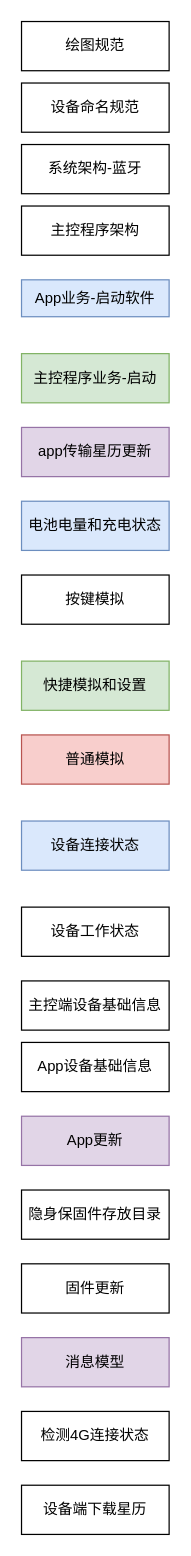
kyphoon/ysb_drawio_tree keeps this draw.io diagram as page "目录" (3 of 24) of 隐身保arm版-业务流程-V1.0-20221028-1.drawio. Above is the earlier version. Source tidied: cells renumbered, new cells numbered last; positions are measured from the earlier drawing's top-left corner, leaving out a move shared by most shapes. Both pictures are drawn from the tidied source at 123%, with x=0, y=0 at pixel (21, 21).
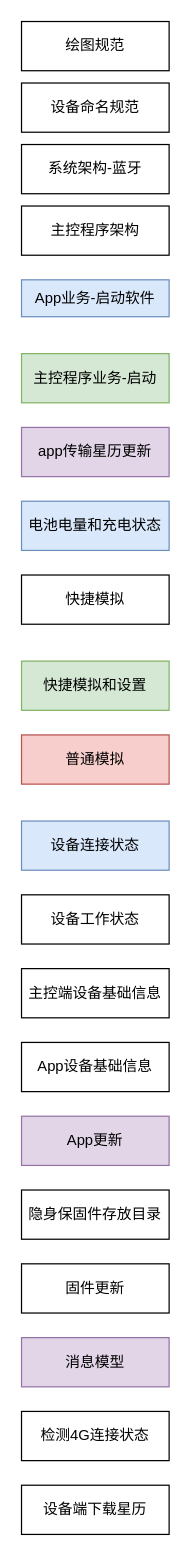
The same page after the edit.

Diff of the diagram source:
```diff
@@
-    <mxCell id="7" value="按键模拟" style="rounded=0;whiteSpace=wrap;html=1;" parent="1" vertex="1">
+    <mxCell id="7" value="快捷模拟" style="rounded=0;whiteSpace=wrap;html=1;" parent="1" vertex="1">
       <mxGeometry y="450" width="120" height="40" as="geometry" />
     </mxCell>
@@
     <mxCell id="17" value="设备工作状态" style="rounded=0;whiteSpace=wrap;html=1;" parent="1" vertex="1">
-      <mxGeometry y="720" width="120" height="40" as="geometry" />
+      <mxGeometry y="710" width="120" height="40" as="geometry" />
     </mxCell>
     <mxCell id="18" value="主控端设备基础信息" style="rounded=0;whiteSpace=wrap;html=1;" parent="1" vertex="1">
-      <mxGeometry y="780" width="120" height="40" as="geometry" />
+      <mxGeometry y="770" width="120" height="40" as="geometry" />
     </mxCell>
@@
+    <mxCell id="23" style="edgeStyle=orthogonalEdgeStyle;rounded=0;orthogonalLoop=1;jettySize=auto;html=1;exitX=0.5;exitY=1;exitDx=0;exitDy=0;" parent="1" edge="1">
+      <mxGeometry relative="1" as="geometry">
+        <mxPoint x="60" y="670" as="sourcePoint" />
+        <mxPoint x="60" y="670" as="targetPoint" />
+      </mxGeometry>
+    </mxCell>
```
